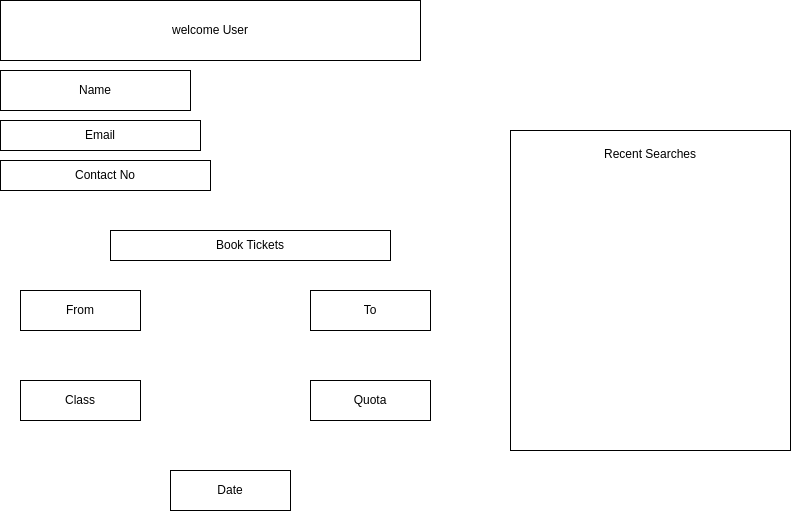
Above: UserDashBoardUi.drawio.png in cdac-project-2025/project-diagrams (draw.io), before the change. Source tidied: cells renumbered, new cells last; positions are measured from the earlier drawing's top-left corner, leaving out a move shared by most shapes. Its diagram source:
```xml
<mxGraphModel>
  <root>
    <mxCell id="0" />
    <mxCell id="1" parent="0" />
    <mxCell id="2" value="welcome User" style="rounded=0;whiteSpace=wrap;html=1;" parent="1" vertex="1">
      <mxGeometry width="420" height="60" as="geometry" />
    </mxCell>
    <mxCell id="3" value="Name" style="rounded=0;whiteSpace=wrap;html=1;" parent="1" vertex="1">
      <mxGeometry y="70" width="190" height="40" as="geometry" />
    </mxCell>
    <mxCell id="4" value="Email" style="rounded=0;whiteSpace=wrap;html=1;" parent="1" vertex="1">
      <mxGeometry y="120" width="200" height="30" as="geometry" />
    </mxCell>
    <mxCell id="5" value="Contact No" style="rounded=0;whiteSpace=wrap;html=1;" parent="1" vertex="1">
      <mxGeometry y="160" width="210" height="30" as="geometry" />
    </mxCell>
    <mxCell id="6" value="Book Tickets" style="rounded=0;whiteSpace=wrap;html=1;" parent="1" vertex="1">
      <mxGeometry x="110" y="230" width="280" height="30" as="geometry" />
    </mxCell>
    <mxCell id="7" value="From" style="rounded=0;whiteSpace=wrap;html=1;" parent="1" vertex="1">
      <mxGeometry x="20" y="290" width="120" height="40" as="geometry" />
    </mxCell>
    <mxCell id="8" value="From" style="rounded=0;whiteSpace=wrap;html=1;" parent="1" vertex="1">
      <mxGeometry x="20" y="290" width="120" height="40" as="geometry" />
    </mxCell>
    <mxCell id="9" value="To" style="rounded=0;whiteSpace=wrap;html=1;" parent="1" vertex="1">
      <mxGeometry x="310" y="290" width="120" height="40" as="geometry" />
    </mxCell>
    <mxCell id="10" value="Class" style="rounded=0;whiteSpace=wrap;html=1;" parent="1" vertex="1">
      <mxGeometry x="20" y="380" width="120" height="40" as="geometry" />
    </mxCell>
    <mxCell id="11" value="Quota" style="rounded=0;whiteSpace=wrap;html=1;" parent="1" vertex="1">
      <mxGeometry x="310" y="380" width="120" height="40" as="geometry" />
    </mxCell>
    <mxCell id="12" value="Date" style="rounded=0;whiteSpace=wrap;html=1;" parent="1" vertex="1">
      <mxGeometry x="170" y="470" width="120" height="40" as="geometry" />
    </mxCell>
    <mxCell id="13" value="Recent Searches&lt;div&gt;&lt;br&gt;&lt;/div&gt;&lt;div&gt;&lt;br&gt;&lt;/div&gt;&lt;div&gt;&lt;br&gt;&lt;/div&gt;&lt;div&gt;&lt;br&gt;&lt;/div&gt;&lt;div&gt;&lt;br&gt;&lt;/div&gt;&lt;div&gt;&lt;br&gt;&lt;/div&gt;&lt;div&gt;&lt;br&gt;&lt;/div&gt;&lt;div&gt;&lt;br&gt;&lt;/div&gt;&lt;div&gt;&lt;br&gt;&lt;/div&gt;&lt;div&gt;&lt;br&gt;&lt;/div&gt;&lt;div&gt;&lt;br&gt;&lt;/div&gt;&lt;div&gt;&lt;br&gt;&lt;/div&gt;&lt;div&gt;&lt;br&gt;&lt;/div&gt;&lt;div&gt;&lt;br&gt;&lt;/div&gt;&lt;div&gt;&lt;br&gt;&lt;/div&gt;&lt;div&gt;&lt;br&gt;&lt;/div&gt;&lt;div&gt;&lt;br&gt;&lt;/div&gt;&lt;div&gt;&lt;br&gt;&lt;/div&gt;&lt;div&gt;&lt;br&gt;&lt;/div&gt;" style="rounded=0;whiteSpace=wrap;html=1;" parent="1" vertex="1">
      <mxGeometry x="510" y="130" width="280" height="320" as="geometry" />
    </mxCell>
  </root>
</mxGraphModel>
```
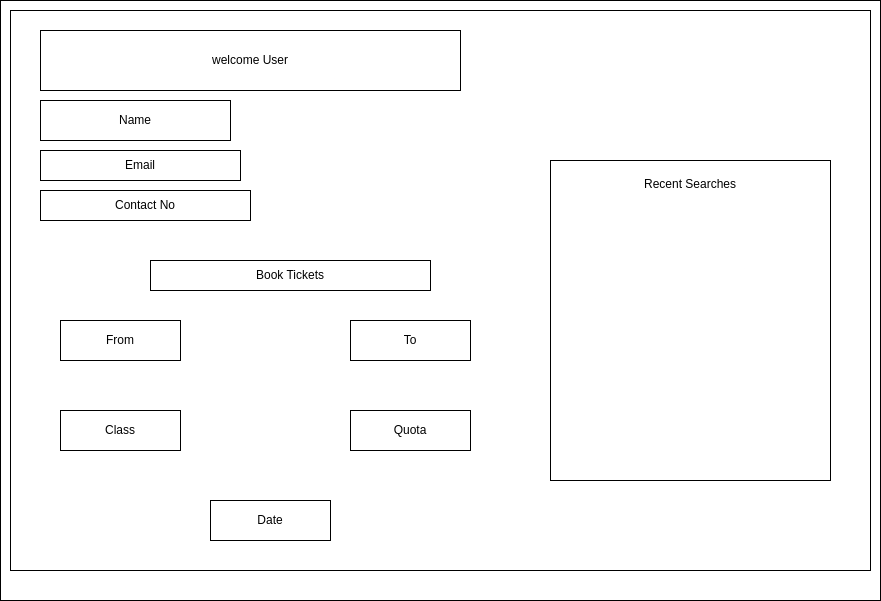
After the commit.

What changed in the source:
```diff
@@ -2,6 +2,12 @@
   <root>
     <mxCell id="0" />
     <mxCell id="1" parent="0" />
+    <mxCell id="14" style="rounded=0;whiteSpace=wrap;html=1;" parent="1" vertex="1">
+      <mxGeometry x="-40" y="-30" width="880" height="600" as="geometry" />
+    </mxCell>
+    <mxCell id="15" style="rounded=0;whiteSpace=wrap;html=1;" parent="1" vertex="1">
+      <mxGeometry x="-30" y="-20" width="860" height="560" as="geometry" />
+    </mxCell>
     <mxCell id="2" value="welcome User" style="rounded=0;whiteSpace=wrap;html=1;" parent="1" vertex="1">
       <mxGeometry width="420" height="60" as="geometry" />
     </mxCell>
```
